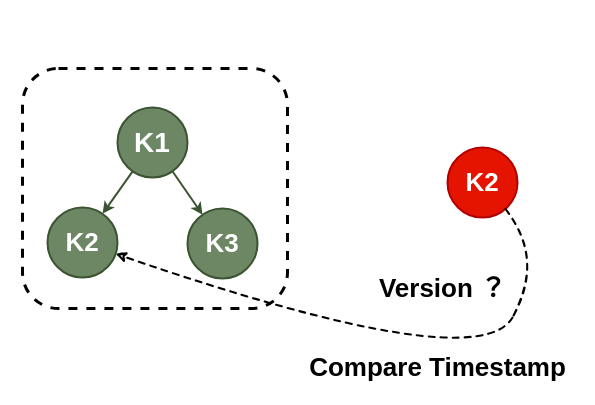
The draw.io diagram lsm-tree-coordination.drawio in auula/draw.io, before the edit. Source tidied: cells renumbered, new cells numbered last; positions are measured from the earlier drawing's top-left corner, leaving out a move shared by most shapes. Both pictures are drawn from the tidied source at 100%, with x=0, y=0 at pixel (22, 68).
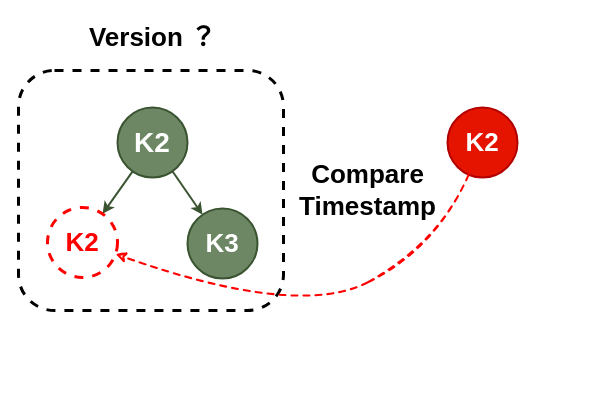
The same diagram, later.

Diff of the diagram source:
```diff
@@
 <mxGraphModel>
   <root>
     <mxCell id="0" />
     <mxCell id="1" parent="0" />
     <mxCell id="2" style="rounded=1;whiteSpace=wrap;html=1;strokeWidth=3;fontSize=26;fillColor=none;dashed=1;" parent="1" vertex="1">
-      <mxGeometry width="265" height="240" as="geometry" />
+      <mxGeometry x="-4" y="2" width="265" height="240" as="geometry" />
     </mxCell>
     <mxCell id="3" style="rounded=0;jettySize=auto;html=1;strokeWidth=2;fillColor=#6d8764;strokeColor=#3A5431;" parent="1" edge="1" source="5" target="6">
       <mxGeometry relative="1" as="geometry" />
     </mxCell>
     <mxCell id="4" style="edgeStyle=none;rounded=0;jettySize=auto;html=1;strokeWidth=2;fillColor=#6d8764;strokeColor=#3A5431;" parent="1" edge="1" source="5" target="7">
       <mxGeometry relative="1" as="geometry" />
     </mxCell>
-    <mxCell id="5" value="&lt;b&gt;&lt;font style=&quot;font-size: 28px;&quot;&gt;K1&lt;/font&gt;&lt;/b&gt;" style="ellipse;whiteSpace=wrap;html=1;strokeWidth=2;fillColor=#6d8764;fontColor=#ffffff;strokeColor=#3A5431;" parent="1" vertex="1">
+    <mxCell id="5" value="&lt;b&gt;&lt;font style=&quot;font-size: 28px;&quot;&gt;K2&lt;/font&gt;&lt;/b&gt;" style="ellipse;whiteSpace=wrap;html=1;strokeWidth=2;fillColor=#6d8764;fontColor=#ffffff;strokeColor=#3A5431;" parent="1" vertex="1">
       <mxGeometry x="95" y="39" width="70" height="70" as="geometry" />
     </mxCell>
-    <mxCell id="6" value="&lt;font style=&quot;font-size: 26px;&quot;&gt;&lt;b&gt;K2&lt;/b&gt;&lt;/font&gt;" style="ellipse;whiteSpace=wrap;html=1;strokeWidth=2;fillColor=#6d8764;fontColor=#ffffff;strokeColor=#3A5431;" parent="1" vertex="1">
+    <mxCell id="6" value="&lt;font color=&quot;#ff0000&quot; style=&quot;font-size: 26px;&quot;&gt;&lt;b style=&quot;&quot;&gt;K2&lt;/b&gt;&lt;/font&gt;" style="ellipse;whiteSpace=wrap;html=1;strokeWidth=3;fillColor=none;fontColor=#ffffff;strokeColor=#FF0000;dashed=1;" parent="1" vertex="1">
       <mxGeometry x="25" y="139" width="70" height="70" as="geometry" />
     </mxCell>
     <mxCell id="7" value="&lt;b&gt;&lt;font style=&quot;font-size: 26px;&quot;&gt;K3&lt;/font&gt;&lt;/b&gt;" style="ellipse;whiteSpace=wrap;html=1;strokeWidth=2;fillColor=#6d8764;fontColor=#ffffff;strokeColor=#3A5431;" parent="1" vertex="1">
       <mxGeometry x="165" y="140" width="70" height="70" as="geometry" />
     </mxCell>
     <mxCell id="8" value="&lt;b&gt;&lt;font style=&quot;font-size: 26px;&quot;&gt;K2&lt;/font&gt;&lt;/b&gt;" style="ellipse;whiteSpace=wrap;html=1;strokeWidth=2;fillColor=#e51400;fontColor=#ffffff;strokeColor=#B20000;" parent="1" vertex="1">
-      <mxGeometry x="425" y="79" width="70" height="70" as="geometry" />
+      <mxGeometry x="425" y="39" width="70" height="70" as="geometry" />
     </mxCell>
     <mxCell id="9" value="&lt;b&gt;Version ？&lt;/b&gt;" style="text;html=1;align=center;verticalAlign=middle;strokeColor=none;fillColor=none;fontSize=26;" parent="1" vertex="1">
-      <mxGeometry x="345" y="200" width="150" height="40" as="geometry" />
+      <mxGeometry x="55" y="-51" width="150" height="40" as="geometry" />
     </mxCell>
-    <mxCell id="10" style="curved=1;endArrow=classic;html=1;rounded=0;sketch=1;strokeWidth=2;fontSize=26;dashed=1;" parent="1" edge="1" source="8" target="6">
+    <mxCell id="10" style="curved=1;endArrow=classic;html=1;rounded=0;sketch=1;strokeWidth=2;fontSize=26;dashed=1;strokeColor=#FF0000;" parent="1" edge="1" source="8" target="6">
       <mxGeometry relative="1" as="geometry">
         <Array as="points">
-          <mxPoint x="525" y="189" />
-          <mxPoint x="455" y="309" />
+          <mxPoint x="415" y="179" />
+          <mxPoint x="275" y="249" />
         </Array>
       </mxGeometry>
     </mxCell>
-    <mxCell id="11" value="&lt;b&gt;Compare Timestamp&lt;/b&gt;" style="text;html=1;align=center;verticalAlign=middle;strokeColor=none;fillColor=none;fontSize=26;" parent="1" vertex="1">
-      <mxGeometry x="275" y="279" width="280" height="40" as="geometry" />
+    <mxCell id="11" value="&lt;b&gt;Compare &lt;br&gt;Timestamp&lt;/b&gt;" style="text;html=1;align=center;verticalAlign=middle;strokeColor=none;fillColor=none;fontSize=26;rotation=0;" parent="1" vertex="1">
+      <mxGeometry x="265" y="82" width="160" height="80" as="geometry" />
     </mxCell>
   </root>
 </mxGraphModel>
```
